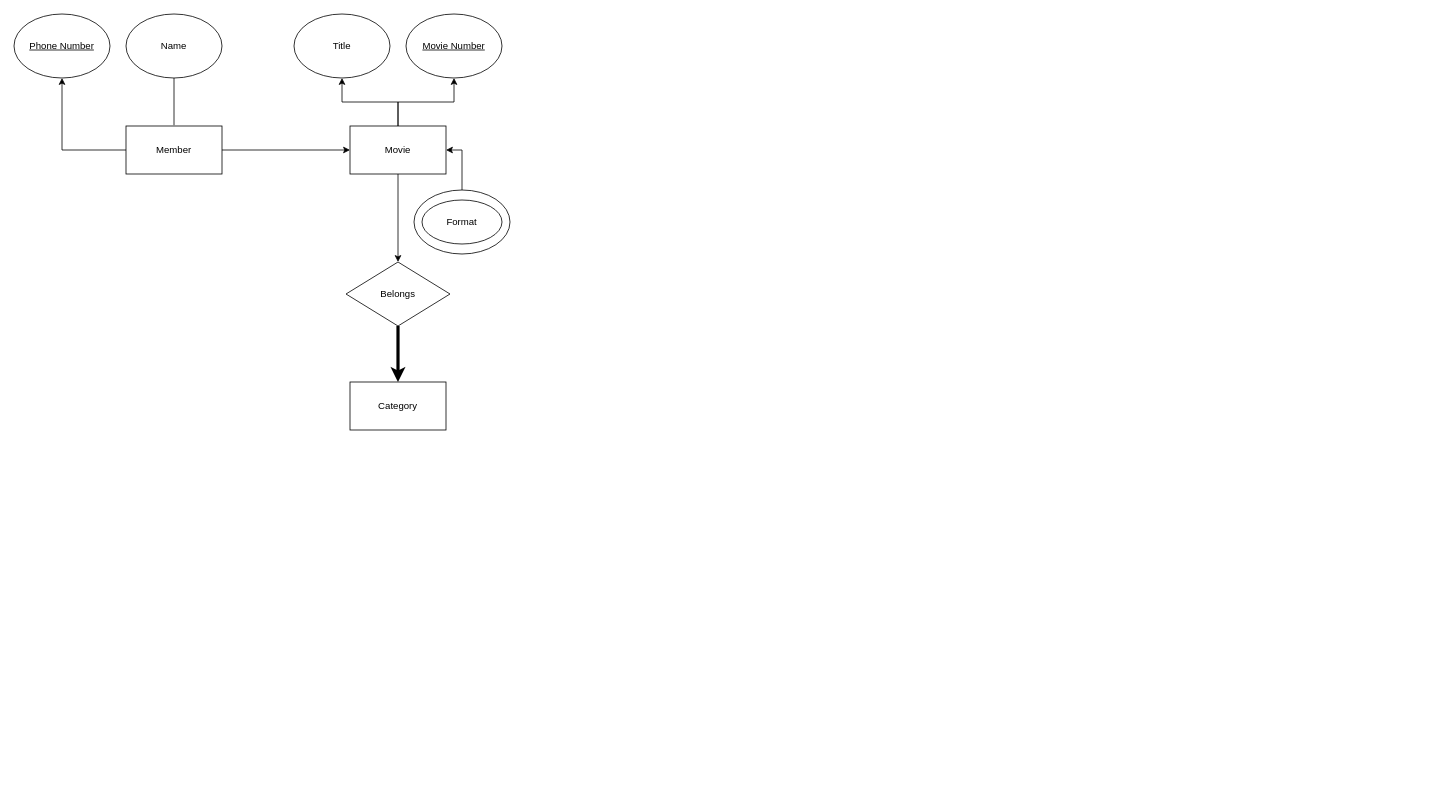
Above: Untitled Diagram.drawio in Karina-Zhangg/ER-diagram-SQL (draw.io), before the change. Source tidied: cells renumbered, new cells numbered last; positions are measured from the earlier drawing's top-left corner, leaving out a move shared by most shapes. Both pictures are drawn from the tidied source at 80%, with x=0, y=0 at pixel (14, 14).
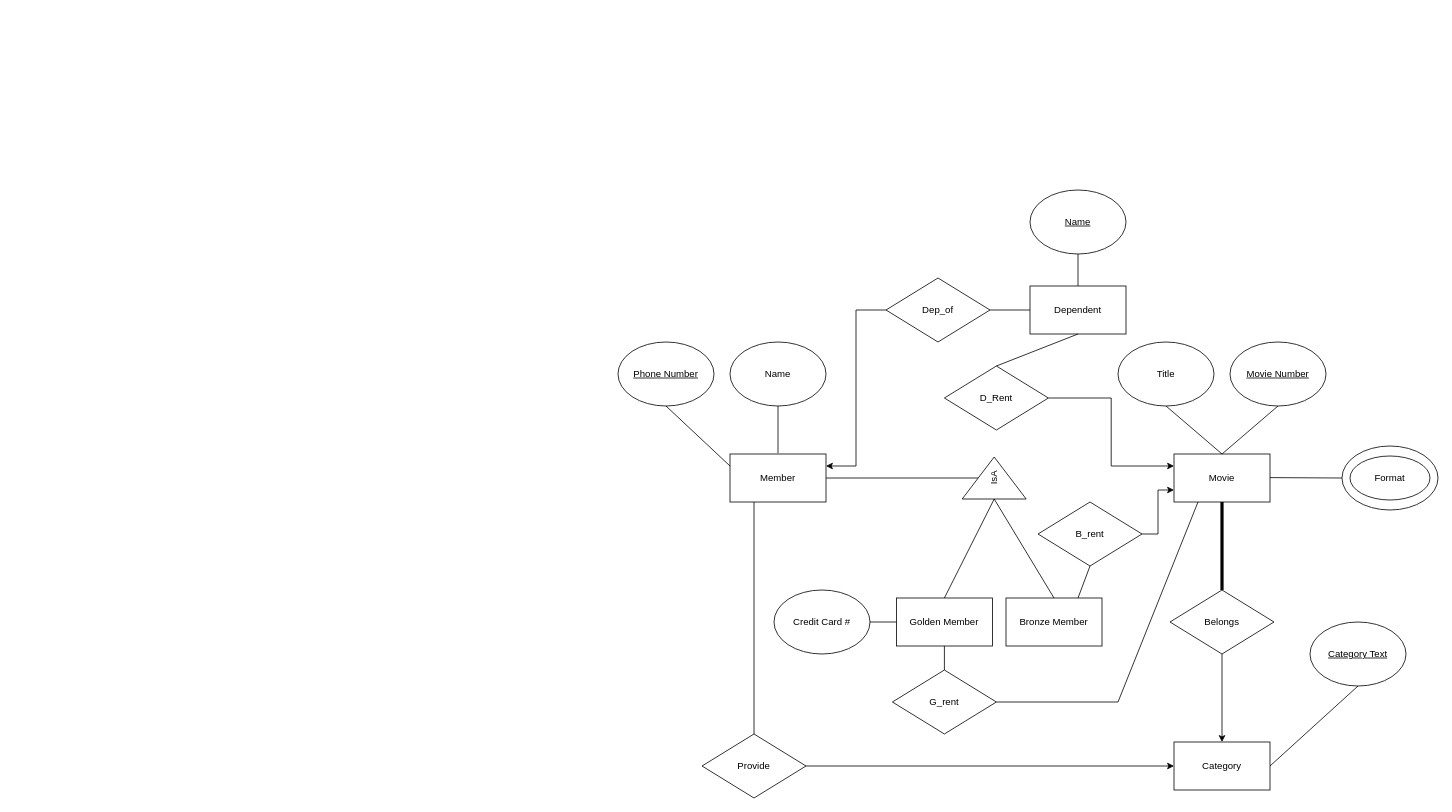
After the change.

Change to the diagram source:
```diff
@@
-    <mxCell id="2" style="edgeStyle=orthogonalEdgeStyle;rounded=0;jettySize=auto;html=1;" parent="1" edge="1" source="5" target="10">
-      <mxGeometry relative="1" as="geometry" />
-    </mxCell>
-    <mxCell id="3" style="edgeStyle=orthogonalEdgeStyle;rounded=0;jettySize=auto;html=1;entryX=0.5;entryY=1;entryDx=0;entryDy=0;" parent="1" edge="1" source="5" target="9">
-      <mxGeometry relative="1" as="geometry" />
-    </mxCell>
-    <mxCell id="4" style="edgeStyle=orthogonalEdgeStyle;rounded=0;jettySize=auto;html=1;" parent="1" edge="1" source="5" target="17">
-      <mxGeometry relative="1" as="geometry" />
-    </mxCell>
     <mxCell id="5" value="Movie" style="rounded=0;whiteSpace=wrap;html=1;" parent="1" vertex="1">
-      <mxGeometry x="420" y="140" width="120" height="60" as="geometry" />
+      <mxGeometry x="1450" y="550" width="120" height="60" as="geometry" />
     </mxCell>
-    <mxCell id="6" style="edgeStyle=orthogonalEdgeStyle;rounded=0;jettySize=auto;html=1;entryX=0;entryY=0.5;entryDx=0;entryDy=0;" parent="1" edge="1" source="8" target="5">
-      <mxGeometry relative="1" as="geometry" />
-    </mxCell>
-    <mxCell id="7" style="edgeStyle=orthogonalEdgeStyle;rounded=0;jettySize=auto;html=1;entryX=0.5;entryY=1;entryDx=0;entryDy=0;" parent="1" edge="1" source="8" target="14">
-      <mxGeometry relative="1" as="geometry" />
-    </mxCell>
     <mxCell id="8" value="Member" style="rounded=0;whiteSpace=wrap;html=1;" parent="1" vertex="1">
-      <mxGeometry x="140" y="140" width="120" height="60" as="geometry" />
+      <mxGeometry x="895" y="550" width="120" height="60" as="geometry" />
     </mxCell>
     <mxCell id="9" value="Title" style="ellipse;whiteSpace=wrap;html=1;" parent="1" vertex="1">
-      <mxGeometry x="350" width="120" height="80" as="geometry" />
+      <mxGeometry x="1380" y="410" width="120" height="80" as="geometry" />
     </mxCell>
     <mxCell id="10" value="&lt;u&gt;Movie Number&lt;/u&gt;" style="ellipse;whiteSpace=wrap;html=1;" parent="1" vertex="1">
-      <mxGeometry x="490" width="120" height="80" as="geometry" />
+      <mxGeometry x="1520" y="410" width="120" height="80" as="geometry" />
     </mxCell>
-    <mxCell id="11" style="edgeStyle=orthogonalEdgeStyle;rounded=0;jettySize=auto;html=1;entryX=1;entryY=0.5;entryDx=0;entryDy=0;" parent="1" edge="1" source="12" target="5">
-      <mxGeometry relative="1" as="geometry" />
-    </mxCell>
     <mxCell id="12" style="ellipse;whiteSpace=wrap;html=1;" parent="1" vertex="1">
-      <mxGeometry x="500" y="220" width="120" height="80" as="geometry" />
+      <mxGeometry x="1660" y="540" width="120" height="80" as="geometry" />
     </mxCell>
     <mxCell id="13" value="Format" style="ellipse;whiteSpace=wrap;html=1;" parent="1" vertex="1">
-      <mxGeometry x="510" y="232.5" width="100" height="55" as="geometry" />
+      <mxGeometry x="1670" y="552.5" width="100" height="55" as="geometry" />
     </mxCell>
     <mxCell id="14" value="&lt;u&gt;Phone Number&lt;/u&gt;" style="ellipse;whiteSpace=wrap;html=1;" parent="1" vertex="1">
-      <mxGeometry width="120" height="80" as="geometry" />
+      <mxGeometry x="755" y="410" width="120" height="80" as="geometry" />
     </mxCell>
     <mxCell id="15" value="Name" style="ellipse;whiteSpace=wrap;html=1;" parent="1" vertex="1">
-      <mxGeometry x="140" width="120" height="80" as="geometry" />
+      <mxGeometry x="895" y="410" width="120" height="80" as="geometry" />
     </mxCell>
-    <mxCell id="16" style="edgeStyle=orthogonalEdgeStyle;rounded=0;jettySize=auto;html=1;entryX=0.5;entryY=0;entryDx=0;entryDy=0;fontStyle=1;curved=0;strokeColor=default;strokeWidth=4;" parent="1" edge="1" source="17" target="18">
+    <mxCell id="16" style="edgeStyle=orthogonalEdgeStyle;rounded=0;jettySize=auto;html=1;entryX=0.5;entryY=0;entryDx=0;entryDy=0;fontStyle=1;curved=0;strokeColor=default;strokeWidth=1;" parent="1" edge="1" source="17" target="18">
       <mxGeometry relative="1" as="geometry" />
     </mxCell>
     <mxCell id="17" value="Belongs" style="rhombus;whiteSpace=wrap;html=1;" parent="1" vertex="1">
-      <mxGeometry x="415" y="310" width="130" height="80" as="geometry" />
+      <mxGeometry x="1445" y="720" width="130" height="80" as="geometry" />
     </mxCell>
     <mxCell id="18" value="Category" style="rounded=0;whiteSpace=wrap;html=1;" parent="1" vertex="1">
-      <mxGeometry x="420" y="460" width="120" height="60" as="geometry" />
+      <mxGeometry x="1450" y="910" width="120" height="60" as="geometry" />
     </mxCell>
     <mxCell id="19" style="endArrow=none;html=1;rounded=0;entryX=0.5;entryY=1;entryDx=0;entryDy=0;" parent="1" edge="1" target="15">
       <mxGeometry relative="1" as="geometry">
-        <mxPoint x="200" y="139" as="sourcePoint" />
+        <mxPoint x="955" y="549" as="sourcePoint" />
       </mxGeometry>
     </mxCell>
+    <mxCell id="20" style="endArrow=none;html=1;rounded=0;exitX=0;exitY=0.25;exitDx=0;exitDy=0;" parent="1" edge="1" source="8">
+      <mxGeometry relative="1" as="geometry">
+        <mxPoint x="815" y="490" as="targetPoint" />
+      </mxGeometry>
+    </mxCell>
+    <mxCell id="21" style="endArrow=none;html=1;rounded=0;exitX=0.5;exitY=0;exitDx=0;exitDy=0;" parent="1" edge="1" source="5">
+      <mxGeometry relative="1" as="geometry">
+        <mxPoint x="1440" y="490" as="targetPoint" />
+      </mxGeometry>
+    </mxCell>
+    <mxCell id="22" style="endArrow=none;html=1;rounded=0;exitX=0.5;exitY=0;exitDx=0;exitDy=0;" parent="1" edge="1" source="5">
+      <mxGeometry relative="1" as="geometry">
+        <mxPoint x="1580" y="490" as="targetPoint" />
+      </mxGeometry>
+    </mxCell>
+    <mxCell id="23" style="endArrow=none;html=1;rounded=0;" parent="1" edge="1">
+      <mxGeometry relative="1" as="geometry">
+        <mxPoint x="1570" y="579.5" as="sourcePoint" />
+        <mxPoint x="1660" y="580" as="targetPoint" />
+      </mxGeometry>
+    </mxCell>
+    <mxCell id="24" style="endArrow=none;html=1;rounded=0;endSize=6;startSize=6;jumpSize=6;strokeWidth=4;" parent="1" edge="1" source="17">
+      <mxGeometry relative="1" as="geometry">
+        <mxPoint x="1510" y="610" as="targetPoint" />
+      </mxGeometry>
+    </mxCell>
+    <mxCell id="25" value="&lt;font&gt;&lt;u&gt;Category Text&lt;/u&gt;&lt;/font&gt;" style="ellipse;whiteSpace=wrap;html=1;strokeColor=light-dark(#000000,#FFFFFF);" parent="1" vertex="1">
+      <mxGeometry x="1620" y="760" width="120" height="80" as="geometry" />
+    </mxCell>
+    <mxCell id="26" style="endArrow=none;html=1;rounded=0;entryX=0.5;entryY=1;entryDx=0;entryDy=0;exitX=1;exitY=0.5;exitDx=0;exitDy=0;" parent="1" edge="1" source="18" target="25">
+      <mxGeometry relative="1" as="geometry" />
+    </mxCell>
+    <mxCell id="27" style="edgeStyle=orthogonalEdgeStyle;rounded=0;jettySize=auto;html=1;entryX=0;entryY=0.5;entryDx=0;entryDy=0;strokeWidth=1;exitX=1;exitY=0.5;exitDx=0;exitDy=0;" parent="1" edge="1" source="28" target="18">
+      <mxGeometry relative="1" as="geometry" />
+    </mxCell>
+    <mxCell id="28" value="Provide" style="rhombus;whiteSpace=wrap;html=1;" parent="1" vertex="1">
+      <mxGeometry x="860" y="900" width="130" height="80" as="geometry" />
+    </mxCell>
+    <mxCell id="29" value="IsA" style="triangle;whiteSpace=wrap;html=1;rotation=-90;" parent="1" vertex="1">
+      <mxGeometry x="1199" y="540" width="52.5" height="80" as="geometry" />
+    </mxCell>
+    <mxCell id="30" value="Golden Member" style="rounded=0;whiteSpace=wrap;html=1;" parent="1" vertex="1">
+      <mxGeometry x="1103" y="730" width="120" height="60" as="geometry" />
+    </mxCell>
+    <mxCell id="31" value="Bronze Member" style="rounded=0;whiteSpace=wrap;html=1;" parent="1" vertex="1">
+      <mxGeometry x="1240" y="730" width="120" height="60" as="geometry" />
+    </mxCell>
+    <mxCell id="32" style="endArrow=none;html=1;rounded=0;exitX=0.5;exitY=0;exitDx=0;exitDy=0;entryX=0;entryY=0.5;entryDx=0;entryDy=0;" parent="1" edge="1" source="30" target="29">
+      <mxGeometry relative="1" as="geometry" />
+    </mxCell>
+    <mxCell id="33" style="endArrow=none;html=1;rounded=0;exitX=0.5;exitY=0;exitDx=0;exitDy=0;entryX=0;entryY=0.5;entryDx=0;entryDy=0;" parent="1" edge="1" source="31" target="29">
+      <mxGeometry relative="1" as="geometry" />
+    </mxCell>
+    <mxCell id="34" value="Credit Card #" style="ellipse;whiteSpace=wrap;html=1;" parent="1" vertex="1">
+      <mxGeometry x="950" y="720" width="120" height="80" as="geometry" />
+    </mxCell>
+    <mxCell id="35" value="Dependent" style="rounded=0;whiteSpace=wrap;html=1;" parent="1" vertex="1">
+      <mxGeometry x="1270" y="340" width="120" height="60" as="geometry" />
+    </mxCell>
+    <mxCell id="36" style="edgeStyle=orthogonalEdgeStyle;rounded=0;jettySize=auto;html=1;entryX=1;entryY=0.25;entryDx=0;entryDy=0;" parent="1" edge="1" source="37" target="8">
+      <mxGeometry relative="1" as="geometry" />
+    </mxCell>
+    <mxCell id="37" value="Dep_of" style="rhombus;whiteSpace=wrap;html=1;" parent="1" vertex="1">
+      <mxGeometry x="1090" y="330" width="130" height="80" as="geometry" />
+    </mxCell>
+    <mxCell id="38" value="&lt;u&gt;Name&lt;/u&gt;" style="ellipse;whiteSpace=wrap;html=1;" parent="1" vertex="1">
+      <mxGeometry x="1270" y="220" width="120" height="80" as="geometry" />
+    </mxCell>
+    <mxCell id="39" style="endArrow=none;html=1;rounded=0;exitX=0.5;exitY=0;exitDx=0;exitDy=0;entryX=0.5;entryY=1;entryDx=0;entryDy=0;" parent="1" edge="1" source="35" target="38">
+      <mxGeometry relative="1" as="geometry" />
+    </mxCell>
+    <mxCell id="40" style="edgeStyle=orthogonalEdgeStyle;rounded=0;jettySize=auto;html=1;entryX=0;entryY=0.25;entryDx=0;entryDy=0;" parent="1" edge="1" source="41" target="5">
+      <mxGeometry relative="1" as="geometry" />
+    </mxCell>
+    <mxCell id="41" value="D_Rent" style="rhombus;whiteSpace=wrap;html=1;" parent="1" vertex="1">
+      <mxGeometry x="1163" y="440" width="130" height="80" as="geometry" />
+    </mxCell>
+    <mxCell id="42" style="endArrow=none;html=1;rounded=0;entryX=0;entryY=0.5;entryDx=0;entryDy=0;" parent="1" edge="1" target="35">
+      <mxGeometry relative="1" as="geometry">
+        <mxPoint x="1220" y="370" as="sourcePoint" />
+      </mxGeometry>
+    </mxCell>
+    <mxCell id="43" style="endArrow=none;html=1;rounded=0;exitX=0.5;exitY=0;exitDx=0;exitDy=0;" parent="1" edge="1" source="41">
+      <mxGeometry relative="1" as="geometry">
+        <mxPoint x="1330" y="400" as="targetPoint" />
+      </mxGeometry>
+    </mxCell>
+    <mxCell id="44" style="endArrow=none;html=1;rounded=0;exitX=0.5;exitY=0;exitDx=0;exitDy=0;entryX=0.25;entryY=1;entryDx=0;entryDy=0;" parent="1" edge="1" source="28" target="8">
+      <mxGeometry relative="1" as="geometry" />
+    </mxCell>
+    <mxCell id="45" style="edgeStyle=orthogonalEdgeStyle;rounded=0;jettySize=auto;html=1;entryX=0;entryY=0.75;entryDx=0;entryDy=0;" parent="1" edge="1" source="46" target="5">
+      <mxGeometry relative="1" as="geometry" />
+    </mxCell>
+    <mxCell id="46" value="B_rent" style="rhombus;whiteSpace=wrap;html=1;" parent="1" vertex="1">
+      <mxGeometry x="1280" y="610" width="130" height="80" as="geometry" />
+    </mxCell>
+    <mxCell id="47" style="endArrow=none;html=1;rounded=0;entryX=0.5;entryY=1;entryDx=0;entryDy=0;exitX=0.75;exitY=0;exitDx=0;exitDy=0;" parent="1" edge="1" source="31" target="46">
+      <mxGeometry relative="1" as="geometry" />
+    </mxCell>
+    <mxCell id="48" style="endArrow=none;html=1;rounded=0;exitX=1;exitY=0.5;exitDx=0;exitDy=0;entryX=0;entryY=0.5;entryDx=0;entryDy=0;" parent="1" edge="1" source="34" target="30">
+      <mxGeometry relative="1" as="geometry" />
+    </mxCell>
+    <mxCell id="49" value="G_rent" style="rhombus;whiteSpace=wrap;html=1;" parent="1" vertex="1">
+      <mxGeometry x="1098" y="820" width="130" height="80" as="geometry" />
+    </mxCell>
+    <mxCell id="50" style="endArrow=none;html=1;rounded=0;exitX=0.5;exitY=0;exitDx=0;exitDy=0;entryX=0.5;entryY=1;entryDx=0;entryDy=0;" parent="1" edge="1" source="49" target="30">
+      <mxGeometry relative="1" as="geometry" />
+    </mxCell>
+    <mxCell id="51" style="endArrow=none;html=1;rounded=0;exitX=1;exitY=0.5;exitDx=0;exitDy=0;" parent="1" edge="1" source="49">
+      <mxGeometry relative="1" as="geometry">
+        <mxPoint x="1380" y="860" as="targetPoint" />
+      </mxGeometry>
+    </mxCell>
+    <mxCell id="52" style="endArrow=none;html=1;rounded=0;entryX=0.25;entryY=1;entryDx=0;entryDy=0;" parent="1" edge="1" target="5">
+      <mxGeometry relative="1" as="geometry">
+        <mxPoint x="1380" y="860" as="sourcePoint" />
+      </mxGeometry>
+    </mxCell>
+    <mxCell id="53" style="endArrow=none;html=1;rounded=0;exitX=1;exitY=0.5;exitDx=0;exitDy=0;" parent="1" edge="1" source="8" target="29">
+      <mxGeometry relative="1" as="geometry" />
+    </mxCell>
```
